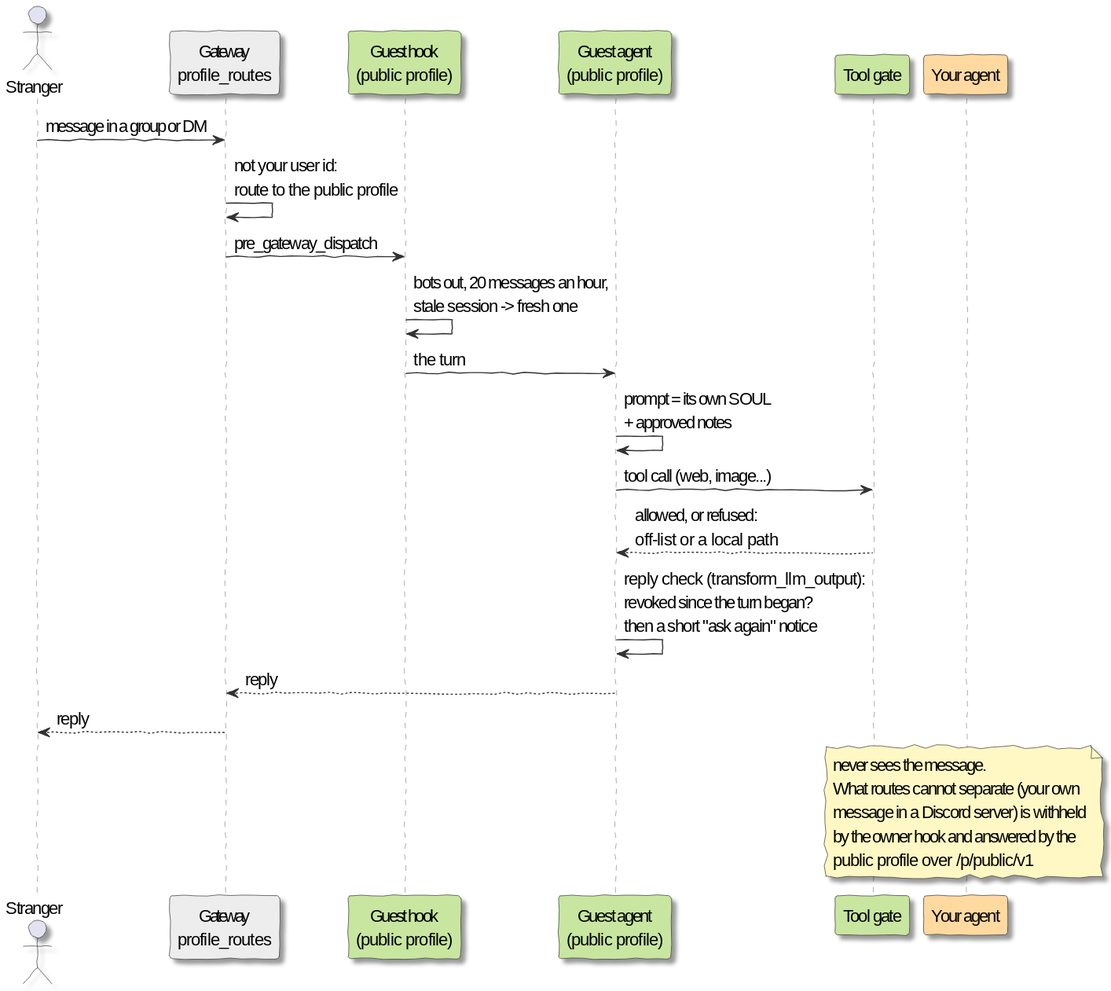
dotv-7/salts-secrets-plugin keeps this PlantUML diagram as docs/diagrams/question.svg. Above is the earlier version.
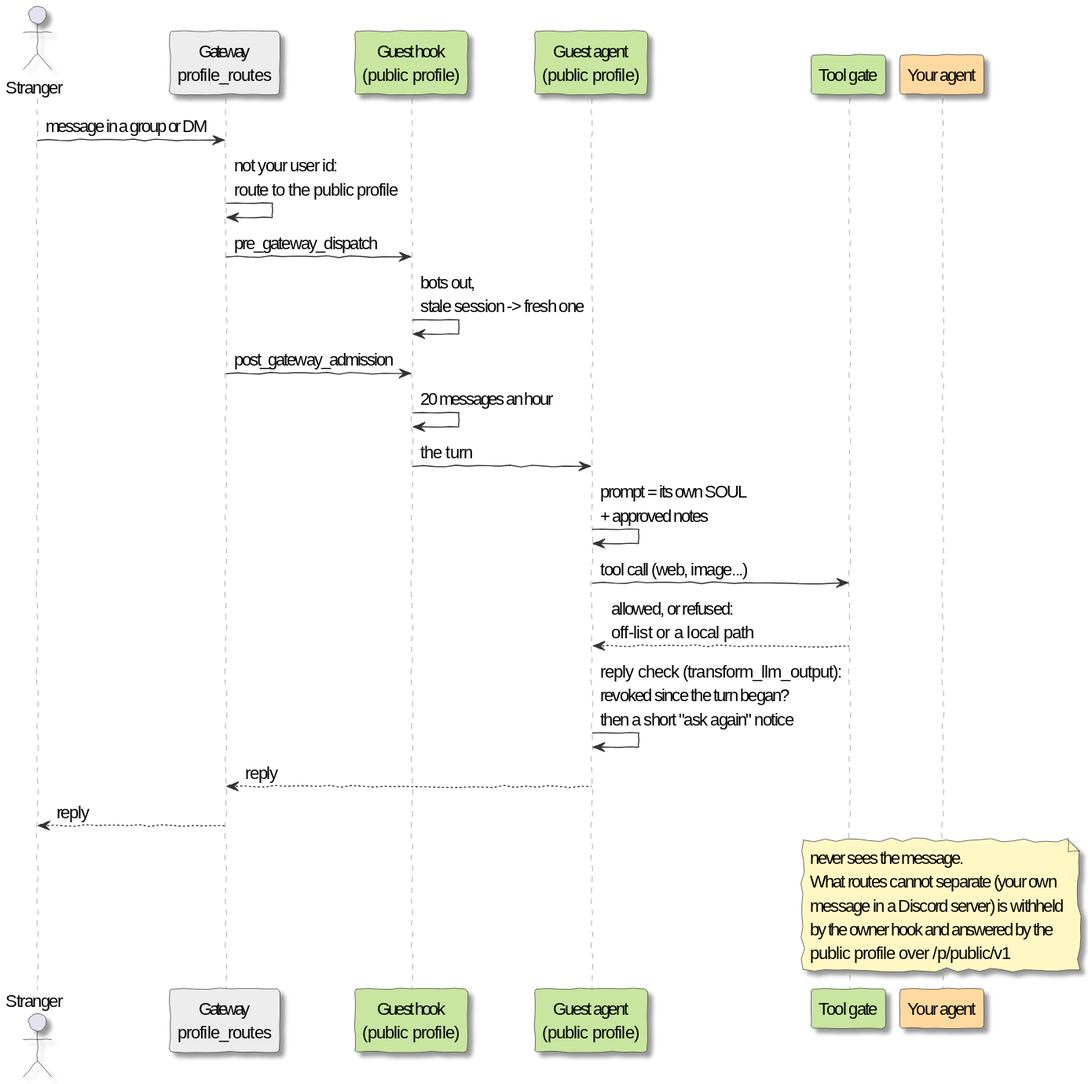
The same diagram one commit later.

Change to the diagram source:
```diff
@@ -24,7 +24,9 @@
 S -> G : message in a group or DM
 G -> G : not your user id:\nroute to the public profile
 G -> H : pre_gateway_dispatch
-H -> H : bots out, 20 messages an hour,\nstale session -> fresh one
+H -> H : bots out,\nstale session -> fresh one
+G -> H : post_gateway_admission
+H -> H : 20 messages an hour
 H -> P : the turn
 P -> P : prompt = its own SOUL\n+ approved notes
 P -> T : tool call (web, image...)
```
